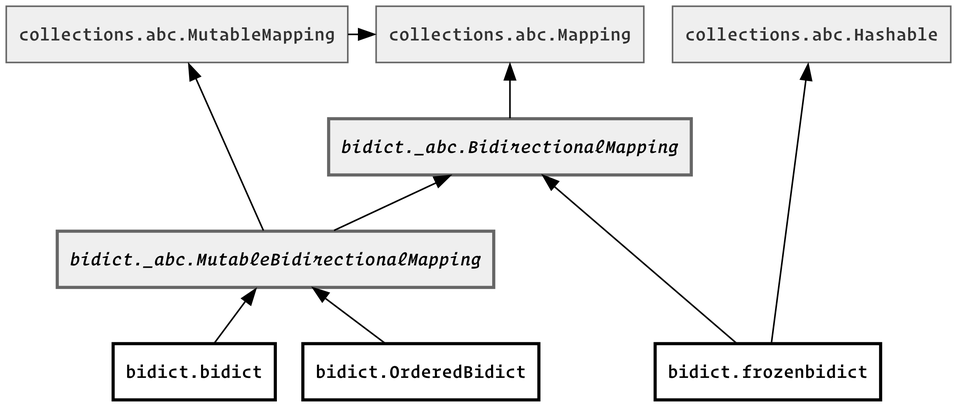
Above: docs/_static/bidict-types-diagram.png in jab/bidict (Graphviz), before the change. Its source is kept beside it as docs/_static/bidict-types-diagram.dot. Its diagram source:
```dot



digraph G {
  rankdir=BT
  dpi=300
  node [fontsize="12", shape="box"]

  subgraph ABCs {
    node [fillcolor="#EFEFEF", color="#666666", fontcolor="#333333", style="filled", fontname="Operator Mono SSm Lig Book"]
    Mapping [label="collections.abc.Mapping"]
    MutableMapping [label="collections.abc.MutableMapping"]
    Hashable [label="collections.abc.Hashable"]
    MutableMapping -> Mapping
    { rank=same Mapping MutableMapping Hashable }

    BidirectionalMapping [label="bidict._abc.BidirectionalMapping", style="filled, bold", fontcolor="black", fontname="Operator Mono SSm Lig Book Italic"]
    MutableBidirectionalMapping [label="bidict._abc.MutableBidirectionalMapping", style="filled, bold", fontcolor="black", fontname="Operator Mono SSm Lig Book Italic"] BidirectionalMapping -> Mapping
    MutableBidirectionalMapping -> BidirectionalMapping
    MutableBidirectionalMapping -> MutableMapping
  }

  subgraph {
    node [style="bold", fontname="Operator Mono SSm Lig Book"]

    bidict [label="bidict.bidict"]
    frozenbidict [label="bidict.frozenbidict"]
    OrderedBidict [label="bidict.OrderedBidict"]

    bidict -> { MutableBidirectionalMapping }
    OrderedBidict -> { MutableBidirectionalMapping }
    frozenbidict -> { BidirectionalMapping, Hashable }
    { rank=same bidict frozenbidict OrderedBidict }
  }
}
```
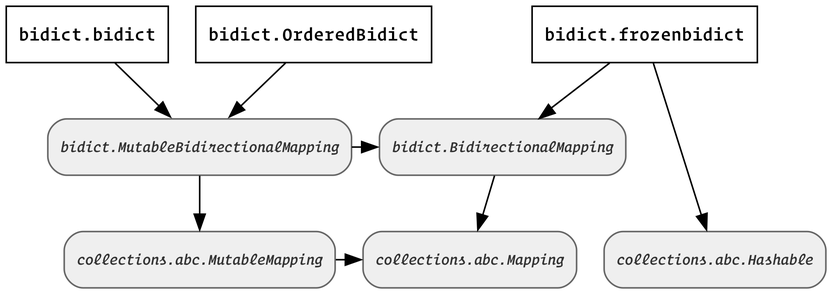
After the commit.

Change to the diagram source:
```diff
@@ -2,34 +2,40 @@
 
 
 digraph G {
-  rankdir=BT
   dpi=300
   node [fontsize="12", shape="box"]
 
-  subgraph ABCs {
-    node [fillcolor="#EFEFEF", color="#666666", fontcolor="#333333", style="filled", fontname="Operator Mono SSm Lig Book"]
-    Mapping [label="collections.abc.Mapping"]
-    MutableMapping [label="collections.abc.MutableMapping"]
-    Hashable [label="collections.abc.Hashable"]
-    MutableMapping -> Mapping
-    { rank=same Mapping MutableMapping Hashable }
-
-    BidirectionalMapping [label="bidict._abc.BidirectionalMapping", style="filled, bold", fontcolor="black", fontname="Operator Mono SSm Lig Book Italic"]
-    MutableBidirectionalMapping [label="bidict._abc.MutableBidirectionalMapping", style="filled, bold", fontcolor="black", fontname="Operator Mono SSm Lig Book Italic"] BidirectionalMapping -> Mapping
-    MutableBidirectionalMapping -> BidirectionalMapping
-    MutableBidirectionalMapping -> MutableMapping
-  }
-
-  subgraph {
-    node [style="bold", fontname="Operator Mono SSm Lig Book"]
+  subgraph bidicts {
+    node [fontname="Operator Mono SSm Lig Book"]
 
     bidict [label="bidict.bidict"]
     frozenbidict [label="bidict.frozenbidict"]
     OrderedBidict [label="bidict.OrderedBidict"]
 
-    bidict -> { MutableBidirectionalMapping }
-    OrderedBidict -> { MutableBidirectionalMapping }
-    frozenbidict -> { BidirectionalMapping, Hashable }
     { rank=same bidict frozenbidict OrderedBidict }
   }
+
+  subgraph ABCs {
+    node [fillcolor="#EFEFEF", color="#666666", fontcolor="#333333", style="filled,rounded", fontname="Operator Mono SSm Lig Book Italic", fontsize="10"]
+    Mapping [label="collections.abc.Mapping"]
+    MutableMapping [label="collections.abc.MutableMapping"]
+    Hashable [label="collections.abc.Hashable"]
+
+    MutableMapping -> Mapping
+
+    { rank=same Mapping MutableMapping Hashable }
+
+    BidirectionalMapping [label="bidict.BidirectionalMapping"]
+    MutableBidirectionalMapping [label="bidict.MutableBidirectionalMapping"]
+
+    { rank=same BidirectionalMapping MutableBidirectionalMapping }
+
+    BidirectionalMapping -> Mapping
+    MutableBidirectionalMapping -> BidirectionalMapping
+    MutableBidirectionalMapping -> MutableMapping
+  }
+
+  bidict -> { MutableBidirectionalMapping }
+  OrderedBidict -> { MutableBidirectionalMapping }
+  frozenbidict -> { BidirectionalMapping, Hashable }
 }
```
